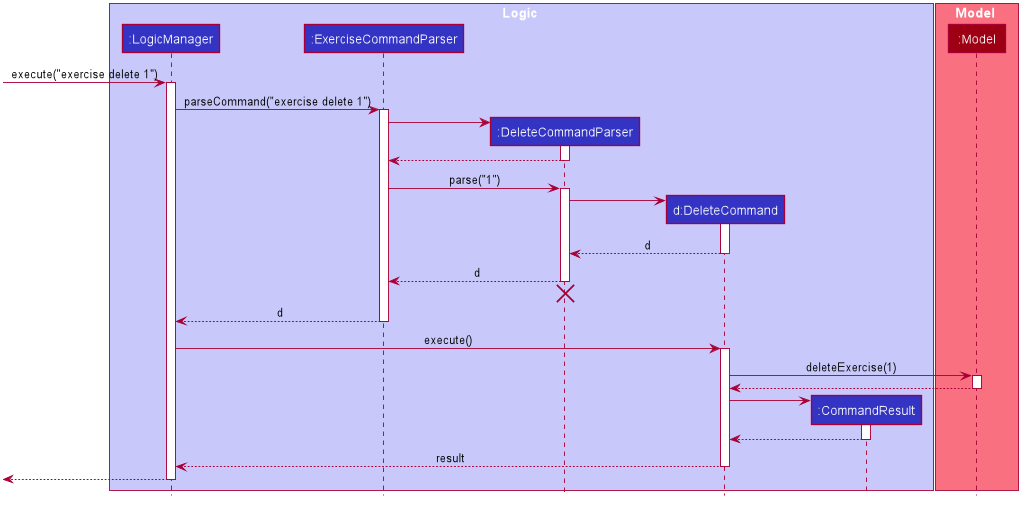
Earlier version of the PlantUML export images/DeleteSequenceDiagram.png (alloystory/cs2103t_zerotoone).
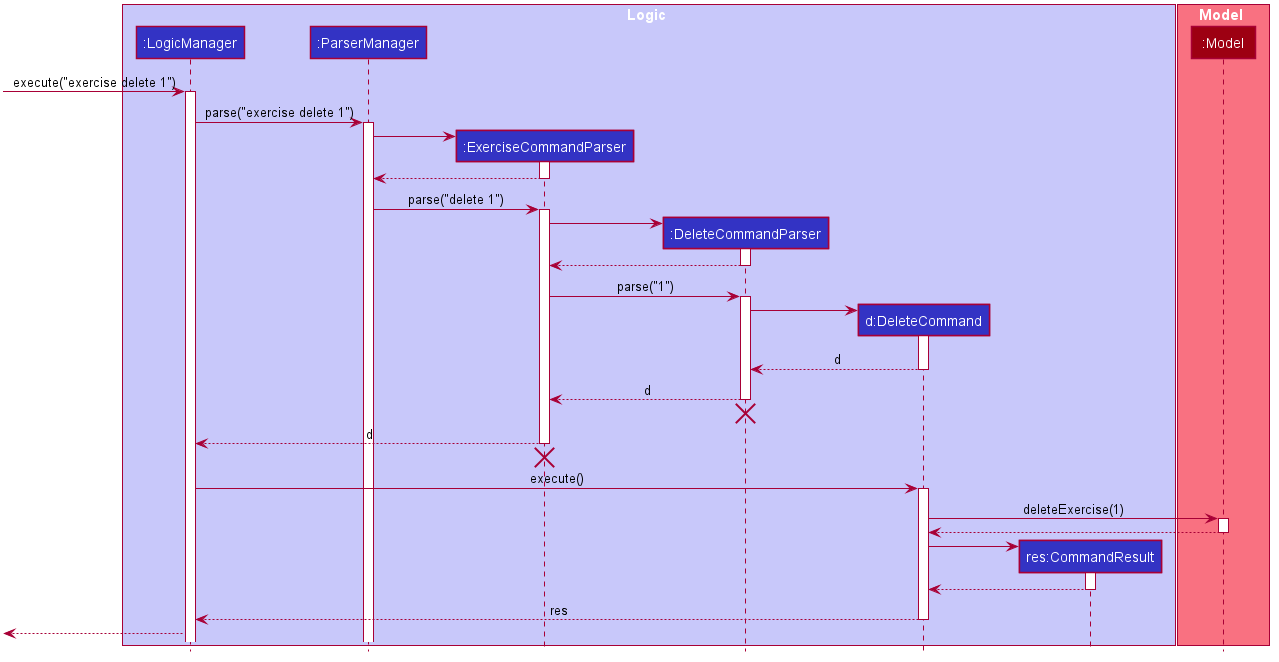
Above is the later version.

The edit, as a diff of the source:
```diff
@@ -1,4 +1,6 @@
 @startuml
+
+
 
 
 
@@ -50,10 +52,11 @@
 
 box Logic #C8C8FA
 participant ":LogicManager" as LogicManager #3333C4
+participant ":ParserManager" as ParserManager #3333C4
 participant ":ExerciseCommandParser" as ExerciseCommandParser #3333C4
 participant ":DeleteCommandParser" as DeleteCommandParser #3333C4
 participant "d:DeleteCommand" as DeleteCommand #3333C4
-participant ":CommandResult" as CommandResult #3333C4
+participant "res:CommandResult" as CommandResult #3333C4
 end box
 
 box Model #F97181
@@ -63,7 +66,17 @@
 [-> LogicManager : execute("exercise delete 1")
 activate LogicManager
 
-LogicManager -> ExerciseCommandParser : parseCommand("exercise delete 1")
+LogicManager -> ParserManager : parse("exercise delete 1")
+activate ParserManager
+
+create ExerciseCommandParser
+ParserManager -> ExerciseCommandParser
+activate ExerciseCommandParser
+
+ExerciseCommandParser --> ParserManager
+deactivate ExerciseCommandParser
+
+ParserManager -> ExerciseCommandParser : parse("delete 1")
 activate ExerciseCommandParser
 
 create DeleteCommandParser
@@ -90,6 +103,8 @@
 
 ExerciseCommandParser --> LogicManager : d
 deactivate ExerciseCommandParser
+ExerciseCommandParser -[hidden]-> ParserManager
+destroy ExerciseCommandParser
 
 LogicManager -> DeleteCommand : execute()
 activate DeleteCommand
@@ -107,9 +122,8 @@
 CommandResult --> DeleteCommand
 deactivate CommandResult
 
-DeleteCommand --> LogicManager : result
+DeleteCommand --> LogicManager : res
 deactivate DeleteCommand
 
 [<--LogicManager
-deactivate LogicManager
 @enduml
```
